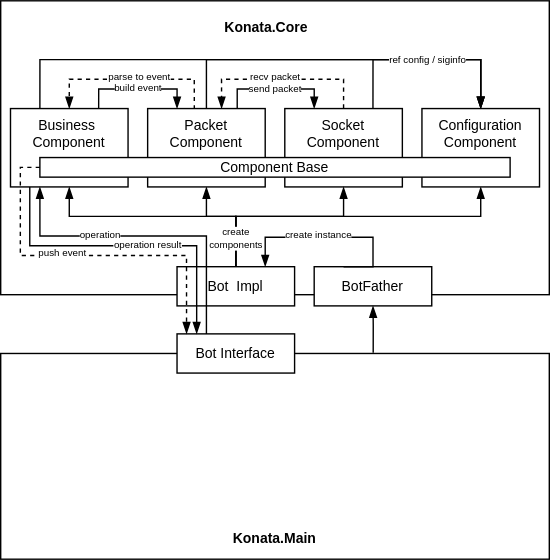
This is Blueprint/konata.framework.svg from KonataDev/Konata, a draw.io export, as it was before one commit. Source tidied: cells renumbered, new cells last; positions are measured from the earlier drawing's top-left corner, leaving out a move shared by most shapes.
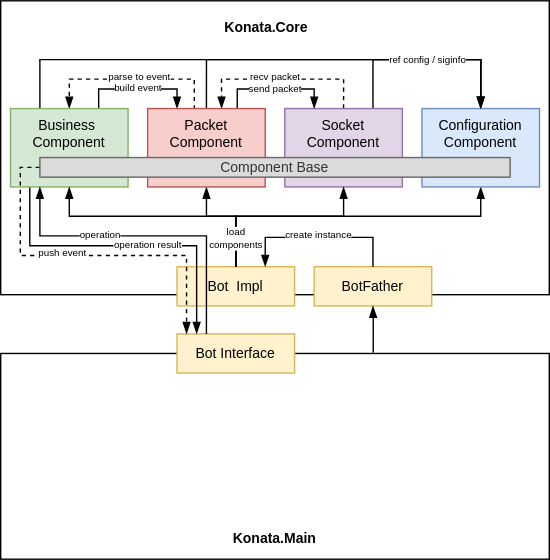
Later version of the same file.

The edit, as a diff of the source:
```diff
@@ -11,16 +11,15 @@
     <mxCell id="4" value="Konata.Core" style="text;html=1;strokeColor=none;fillColor=none;align=center;verticalAlign=middle;whiteSpace=wrap;rounded=0;fontSize=10;fontStyle=1;" parent="2" vertex="1">
       <mxGeometry x="134.4" width="112" height="38.2" as="geometry" />
     </mxCell>
-    <mxCell id="5" value="Bot&amp;nbsp; Impl" style="rounded=0;whiteSpace=wrap;html=1;fontSize=10;" parent="2" vertex="1">
+    <mxCell id="5" value="Bot&amp;nbsp; Impl" style="rounded=0;whiteSpace=wrap;html=1;fontSize=10;fillColor=#fff2cc;strokeColor=#d6b656;" parent="2" vertex="1">
       <mxGeometry x="126" y="190" width="84" height="28" as="geometry" />
     </mxCell>
-    <mxCell id="6" value="BotFather" style="rounded=0;whiteSpace=wrap;html=1;fontSize=10;" parent="2" vertex="1">
+    <mxCell id="6" value="BotFather" style="rounded=0;whiteSpace=wrap;html=1;fontSize=10;fillColor=#fff2cc;strokeColor=#d6b656;" parent="2" vertex="1">
       <mxGeometry x="224" y="190" width="84" height="28" as="geometry" />
     </mxCell>
-    <mxCell id="7" style="edgeStyle=orthogonalEdgeStyle;rounded=0;jettySize=auto;html=1;exitX=0.25;exitY=0;exitDx=0;exitDy=0;entryX=0.75;entryY=0;entryDx=0;entryDy=0;startArrow=none;startFill=0;endArrow=blockThin;endFill=1;fontSize=6;" parent="2" edge="1" source="6" target="5">
+    <mxCell id="7" style="edgeStyle=orthogonalEdgeStyle;rounded=0;jettySize=auto;html=1;exitX=0.5;exitY=0;exitDx=0;exitDy=0;entryX=0.75;entryY=0;entryDx=0;entryDy=0;startArrow=none;startFill=0;endArrow=blockThin;endFill=1;fontSize=6;" parent="2" edge="1" source="6" target="5">
       <mxGeometry relative="1" as="geometry">
         <Array as="points">
-          <mxPoint x="266" y="190" />
           <mxPoint x="266" y="169" />
           <mxPoint x="189" y="169" />
         </Array>
@@ -28,7 +27,7 @@
     </mxCell>
     <mxCell id="8" value="create instance" style="edgeLabel;html=1;align=center;verticalAlign=middle;fontSize=7;" parent="7" vertex="1">
       <mxGeometry x="0.23" relative="1" as="geometry">
-        <mxPoint x="4.6" y="-1" as="offset" />
+        <mxPoint x="13.3" y="-1" as="offset" />
       </mxGeometry>
     </mxCell>
     <mxCell id="9" style="group;" parent="1" vertex="1">
@@ -43,7 +42,7 @@
     <mxCell id="12" style="edgeStyle=orthogonalEdgeStyle;rounded=0;jettySize=auto;html=1;startArrow=none;startFill=0;endArrow=blockThin;endFill=1;fontSize=6;exitX=0.679;exitY=-0.003;exitDx=0;exitDy=0;exitPerimeter=0;" parent="1" edge="1" source="10" target="6">
       <mxGeometry relative="1" as="geometry" />
     </mxCell>
-    <mxCell id="13" value="Bot Interface" style="rounded=0;whiteSpace=wrap;html=1;fontSize=10;" parent="1" vertex="1">
+    <mxCell id="13" value="Bot Interface" style="rounded=0;whiteSpace=wrap;html=1;fontSize=10;fillColor=#fff2cc;strokeColor=#d6b656;" parent="1" vertex="1">
       <mxGeometry x="126" y="238" width="84" height="28" as="geometry" />
     </mxCell>
     <mxCell id="14" style="edgeStyle=orthogonalEdgeStyle;rounded=0;jettySize=auto;html=1;exitX=0.5;exitY=0;exitDx=0;exitDy=0;entryX=0.629;entryY=0.001;entryDx=0;entryDy=0;startArrow=none;startFill=0;endArrow=blockThin;endFill=1;fontSize=6;entryPerimeter=0;dashed=1;" parent="1" edge="1" source="17" target="36">
@@ -68,7 +67,7 @@
         </Array>
       </mxGeometry>
     </mxCell>
-    <mxCell id="17" value="Socket &lt;br style=&quot;font-size: 10px&quot;&gt;Component" style="rounded=0;whiteSpace=wrap;html=1;fontSize=10;verticalAlign=top;" parent="1" vertex="1">
+    <mxCell id="17" value="Socket &lt;br style=&quot;font-size: 10px&quot;&gt;Component" style="rounded=0;whiteSpace=wrap;html=1;fontSize=10;verticalAlign=top;fillColor=#e1d5e7;strokeColor=#9673a6;" parent="1" vertex="1">
       <mxGeometry x="203" y="77" width="84" height="56" as="geometry" />
     </mxCell>
     <mxCell id="18" style="edgeStyle=orthogonalEdgeStyle;rounded=0;jettySize=auto;html=1;entryX=0.25;entryY=0;entryDx=0;entryDy=0;startArrow=none;startFill=0;fontSize=10;exitX=0.75;exitY=0;exitDx=0;exitDy=0;endArrow=blockThin;endFill=1;" parent="1" edge="1" source="25" target="36">
@@ -118,7 +117,7 @@
         <mxPoint x="21.4" y="-3" as="offset" />
       </mxGeometry>
     </mxCell>
-    <mxCell id="25" value="Business&amp;nbsp;&lt;br style=&quot;font-size: 10px&quot;&gt;Component" style="rounded=0;whiteSpace=wrap;html=1;fontSize=10;verticalAlign=top;" parent="1" vertex="1">
+    <mxCell id="25" value="Business&amp;nbsp;&lt;br style=&quot;font-size: 10px&quot;&gt;Component" style="rounded=0;whiteSpace=wrap;html=1;fontSize=10;verticalAlign=top;fillColor=#d5e8d4;strokeColor=#82b366;" parent="1" vertex="1">
       <mxGeometry x="7" y="77" width="84" height="56" as="geometry" />
     </mxCell>
     <mxCell id="26" style="edgeStyle=orthogonalEdgeStyle;rounded=0;jettySize=auto;html=1;exitX=0.5;exitY=0;exitDx=0;exitDy=0;entryX=0.5;entryY=1;entryDx=0;entryDy=0;startArrow=none;startFill=0;fontSize=10;endArrow=blockThin;endFill=1;" parent="1" edge="1" source="5" target="31">
@@ -153,12 +152,12 @@
         </Array>
       </mxGeometry>
     </mxCell>
-    <mxCell id="30" value="create&lt;br style=&quot;font-size: 7px&quot;&gt;components" style="edgeLabel;html=1;align=center;verticalAlign=middle;fontSize=7;" parent="29" vertex="1">
+    <mxCell id="30" value="load&lt;br style=&quot;font-size: 7px&quot;&gt;components" style="edgeLabel;html=1;align=center;verticalAlign=middle;fontSize=7;" parent="29" vertex="1">
       <mxGeometry x="-0.54" relative="1" as="geometry">
         <mxPoint y="-2.9" as="offset" />
       </mxGeometry>
     </mxCell>
-    <mxCell id="31" value="Configuration&lt;br&gt;Component" style="rounded=0;whiteSpace=wrap;html=1;fontSize=10;verticalAlign=top;" parent="1" vertex="1">
+    <mxCell id="31" value="Configuration&lt;br&gt;Component" style="rounded=0;whiteSpace=wrap;html=1;fontSize=10;verticalAlign=top;fillColor=#dae8fc;strokeColor=#6c8ebf;" parent="1" vertex="1">
       <mxGeometry x="301" y="77" width="84" height="56" as="geometry" />
     </mxCell>
     <mxCell id="32" style="edgeStyle=orthogonalEdgeStyle;rounded=0;jettySize=auto;html=1;exitX=0.75;exitY=0;exitDx=0;exitDy=0;entryX=0.25;entryY=0;entryDx=0;entryDy=0;startArrow=none;startFill=0;endArrow=blockThin;endFill=1;fontSize=6;" parent="1" edge="1" target="17">
@@ -188,7 +187,7 @@
         <mxPoint x="19.2" as="offset" />
       </mxGeometry>
     </mxCell>
-    <mxCell id="36" value="Packet&lt;br&gt;Component" style="rounded=0;whiteSpace=wrap;html=1;fontSize=10;verticalAlign=top;" parent="1" vertex="1">
+    <mxCell id="36" value="Packet&lt;br&gt;Component" style="rounded=0;whiteSpace=wrap;html=1;fontSize=10;verticalAlign=top;fillColor=#f8cecc;strokeColor=#b85450;" parent="1" vertex="1">
       <mxGeometry x="105" y="77" width="84" height="56" as="geometry" />
     </mxCell>
     <mxCell id="37" style="edgeStyle=orthogonalEdgeStyle;rounded=0;jettySize=auto;html=1;exitX=0.25;exitY=0;exitDx=0;exitDy=0;endArrow=blockThin;endFill=1;entryX=0.25;entryY=1;entryDx=0;entryDy=0;" parent="1" edge="1" source="13" target="25">
@@ -218,7 +217,7 @@
         <mxPoint y="-2" as="offset" />
       </mxGeometry>
     </mxCell>
-    <mxCell id="41" value="Component Base" style="rounded=0;whiteSpace=wrap;html=1;fontSize=10;" parent="1" vertex="1">
+    <mxCell id="41" value="Component Base" style="rounded=0;whiteSpace=wrap;html=1;fontSize=10;strokeColor=#666666;fontColor=#333333;fillColor=#DBDBDB;" parent="1" vertex="1">
       <mxGeometry x="28" y="112" width="336" height="14" as="geometry" />
     </mxCell>
   </root>
```
